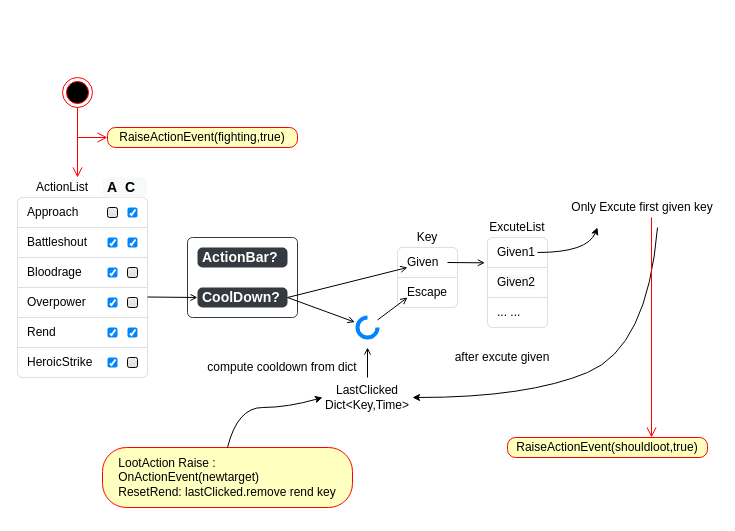
Above: KillTargetAction.drawio in YannieCheung/botgrams (draw.io), before the change. Source tidied: cells renumbered, new cells numbered last; positions are measured from the earlier drawing's top-left corner, leaving out a move shared by most shapes. Both pictures are drawn from the tidied source at 100%, with x=0, y=0 at pixel (17, 77).
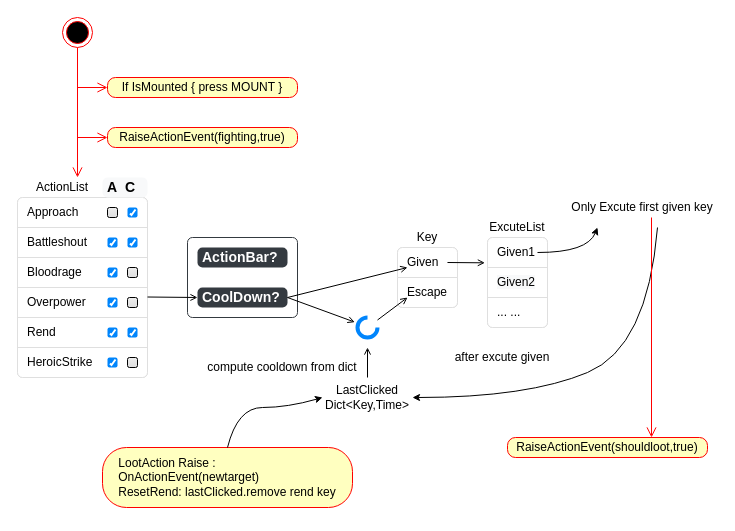
The same page after the edit.

The edit, as a diff of the source:
```diff
@@
     <mxCell id="52" style="ellipse;html=1;shape=endState;fillColor=#000000;strokeColor=#ff0000;" parent="1" vertex="1">
-      <mxGeometry x="45" width="30" height="30" as="geometry" />
+      <mxGeometry x="45" y="-60" width="30" height="30" as="geometry" />
     </mxCell>
@@
+    <mxCell id="56" value="&lt;div style=&quot;text-align: left;&quot;&gt;If IsMounted { press MOUNT }&lt;/div&gt;" style="rounded=1;whiteSpace=wrap;html=1;arcSize=40;fontColor=#000000;fillColor=#ffffc0;strokeColor=#ff0000;" parent="1" vertex="1">
+      <mxGeometry x="90" width="190" height="20" as="geometry" />
+    </mxCell>
+    <mxCell id="57" style="edgeStyle=orthogonalEdgeStyle;html=1;verticalAlign=bottom;endArrow=open;endSize=8;strokeColor=#ff0000;rounded=0;" parent="1" edge="1">
+      <mxGeometry relative="1" as="geometry">
+        <mxPoint x="60" y="10" as="sourcePoint" />
+        <mxPoint x="90" y="10" as="targetPoint" />
+      </mxGeometry>
+    </mxCell>
```
